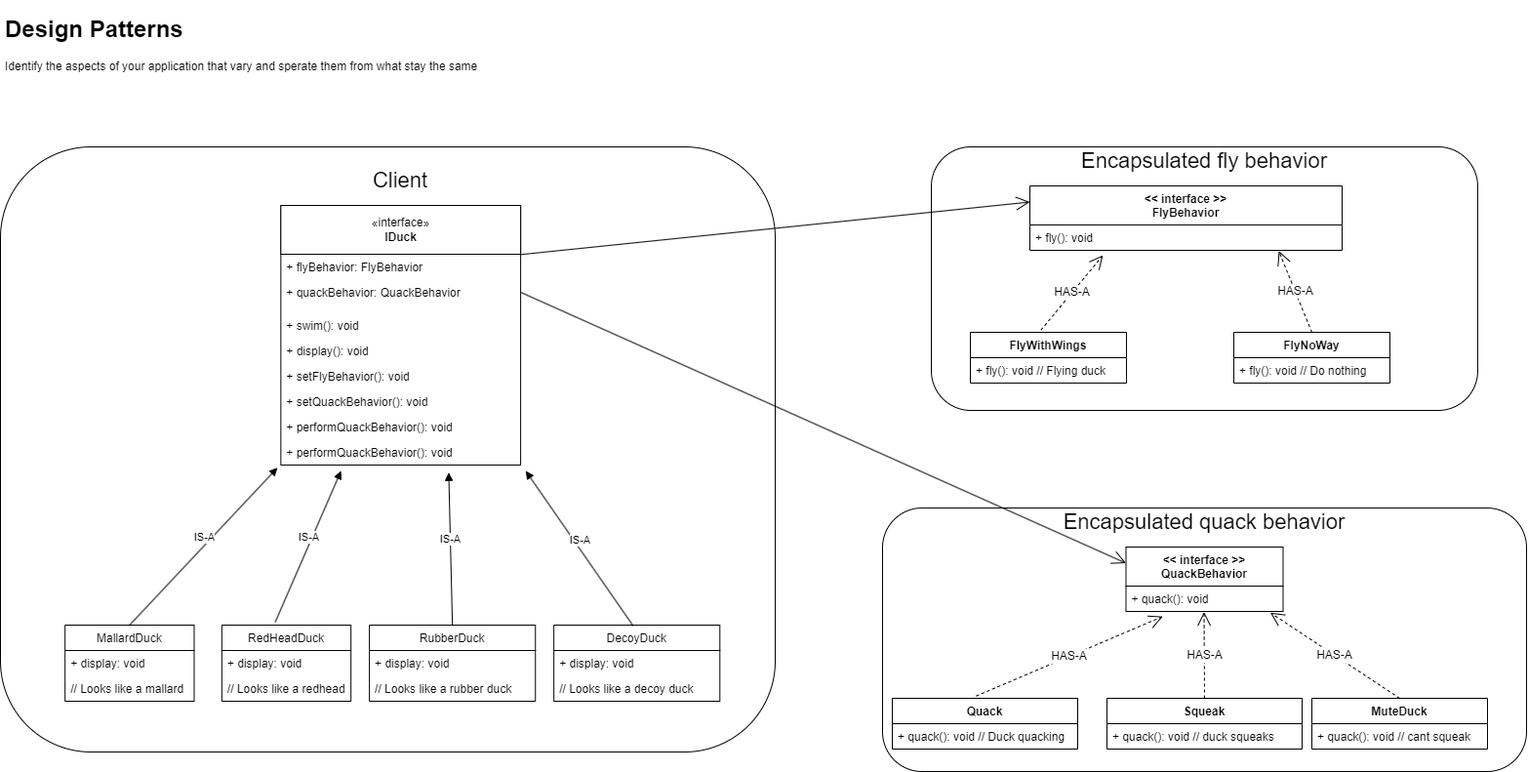
Earlier version of the draw.io export headfirst/Documents/ChapterOneDucks.png (Bazzaware/Java-Development). Source tidied: cells renumbered, new cells last; positions are measured from the earlier drawing's top-left corner, leaving out a move shared by most shapes.
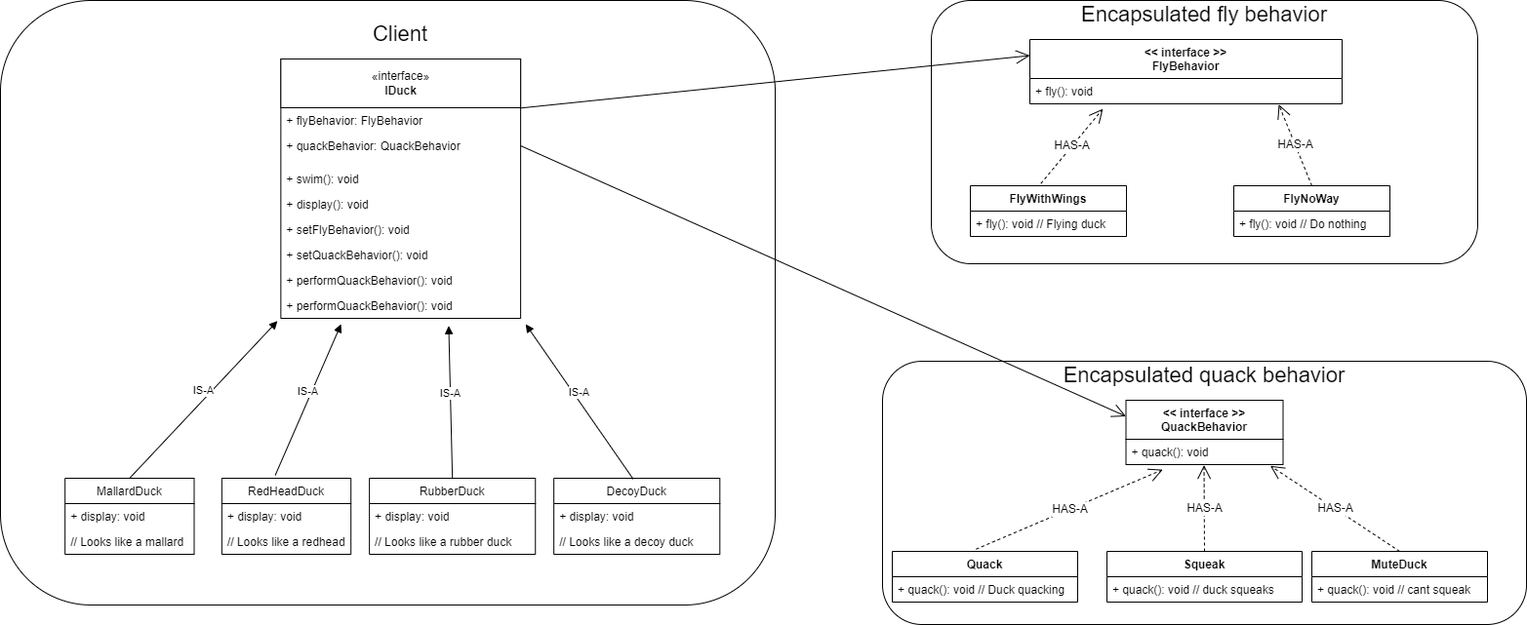
Later version of the same file.

The edit, as a diff of the source:
```diff
@@ -176,8 +176,5 @@
     <mxCell id="59" style="endArrow=open;endFill=1;endSize=12;html=1;fontSize=12;entryX=0;entryY=0.25;entryDx=0;entryDy=0;exitX=1;exitY=0.5;exitDx=0;exitDy=0;" parent="1" edge="1" source="11" target="36">
       <mxGeometry relative="1" as="geometry" />
     </mxCell>
-    <mxCell id="60" value="&lt;h1&gt;Design Patterns&lt;/h1&gt;&lt;p&gt;Identify the aspects of your application that vary and sperate them from what stay the same&lt;/p&gt;" style="text;html=1;strokeColor=none;fillColor=none;spacing=5;spacingTop=-20;whiteSpace=wrap;overflow=hidden;rounded=0;fontSize=12;" parent="1" vertex="1">
-      <mxGeometry width="1520" height="120" as="geometry" />
-    </mxCell>
   </root>
 </mxGraphModel>
```
